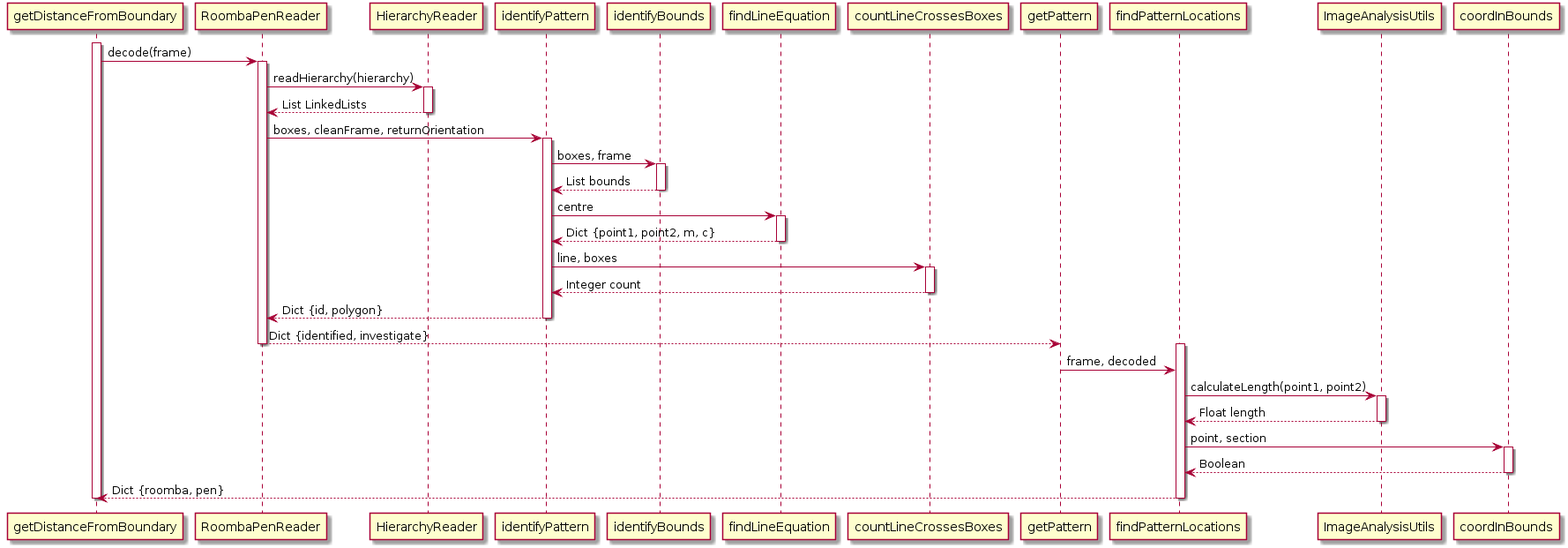
This is docs/design/images/UML-ImageAnalysis-GetDistanceFromBoundary.png from NJRBailey/co600-roomba-herding, a PlantUML export, as it was before one commit. Source of this version:
```plantuml
@startuml
activate getDistanceFromBoundary
getDistanceFromBoundary -> RoombaPenReader++: decode(frame)
RoombaPenReader -> HierarchyReader ++: readHierarchy(hierarchy)
HierarchyReader --> RoombaPenReader: List LinkedLists
deactivate HierarchyReader

RoombaPenReader -> identifyPattern++: boxes, cleanFrame, returnOrientation

identifyPattern -> identifyBounds++: boxes, frame
identifyBounds --> identifyPattern: List bounds
deactivate identifyBounds

identifyPattern -> findLineEquation++: centre
findLineEquation --> identifyPattern: Dict {point1, point2, m, c}
deactivate findLineEquation


identifyPattern -> countLineCrossesBoxes++: line, boxes
countLineCrossesBoxes --> identifyPattern: Integer count
deactivate countLineCrossesBoxes

identifyPattern --> RoombaPenReader: Dict {id, polygon}
deactivate identifyPattern

RoombaPenReader --> getPattern: Dict {identified, investigate}
deactivate RoombaPenReader

activate findPatternLocations
getPattern -> findPatternLocations: frame, decoded
findPatternLocations -> ImageAnalysisUtils ++: calculateLength(point1, point2)
ImageAnalysisUtils --> findPatternLocations: Float length
deactivate ImageAnalysisUtils
findPatternLocations -> coordInBounds++: point, section
coordInBounds --> findPatternLocations: Boolean
deactivate coordInBounds
findPatternLocations --> getDistanceFromBoundary: Dict {roomba, pen}
deactivate findPatternLocations
deactivate getDistanceFromBoundary
@enduml
```
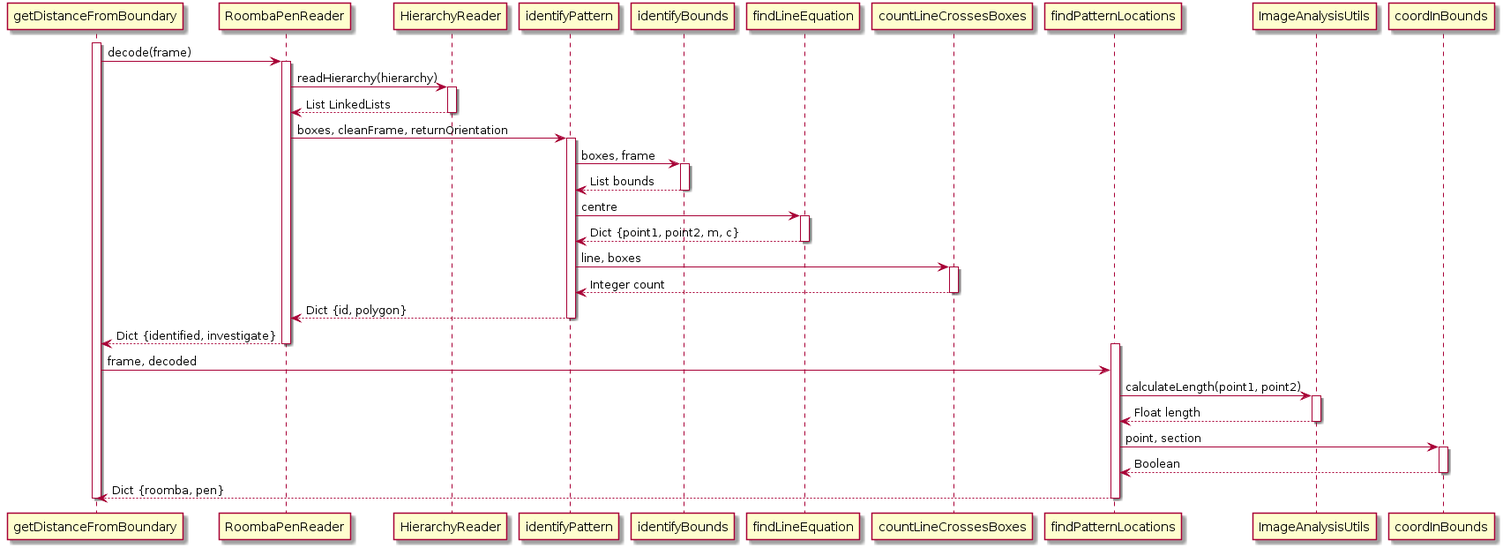
The same diagram one commit later.

Diff of the diagram source:
```diff
@@ -23,11 +23,11 @@
 identifyPattern --> RoombaPenReader: Dict {id, polygon}
 deactivate identifyPattern
 
-RoombaPenReader --> getPattern: Dict {identified, investigate}
+RoombaPenReader --> getDistanceFromBoundary: Dict {identified, investigate}
 deactivate RoombaPenReader
 
 activate findPatternLocations
-getPattern -> findPatternLocations: frame, decoded
+getDistanceFromBoundary -> findPatternLocations: frame, decoded
 findPatternLocations -> ImageAnalysisUtils ++: calculateLength(point1, point2)
 ImageAnalysisUtils --> findPatternLocations: Float length
 deactivate ImageAnalysisUtils
```
